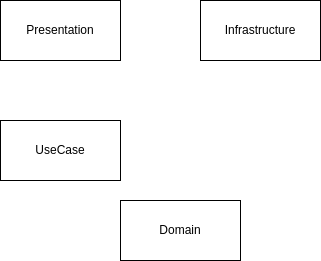
ShunsukeNONOMURA/nuxt3-master keeps this draw.io diagram as docs/volume/docs/21-ddd-cqrs-onion.dio.png. Above is the earlier version. Source tidied: cells renumbered, new cells last; positions are measured from the earlier drawing's top-left corner, leaving out a move shared by most shapes. The source it was exported from:
```xml
<mxGraphModel>
  <root>
    <mxCell id="0" />
    <mxCell id="1" parent="0" />
    <mxCell id="2" value="Presentation" style="rounded=0;whiteSpace=wrap;html=1;" parent="1" vertex="1">
      <mxGeometry width="120" height="60" as="geometry" />
    </mxCell>
    <mxCell id="3" value="UseCase" style="rounded=0;whiteSpace=wrap;html=1;" parent="1" vertex="1">
      <mxGeometry y="120" width="120" height="60" as="geometry" />
    </mxCell>
    <mxCell id="4" value="Infrastructure" style="rounded=0;whiteSpace=wrap;html=1;" parent="1" vertex="1">
      <mxGeometry x="200" width="120" height="60" as="geometry" />
    </mxCell>
    <mxCell id="5" value="Domain" style="rounded=0;whiteSpace=wrap;html=1;" parent="1" vertex="1">
      <mxGeometry x="120" y="200" width="120" height="60" as="geometry" />
    </mxCell>
  </root>
</mxGraphModel>
```
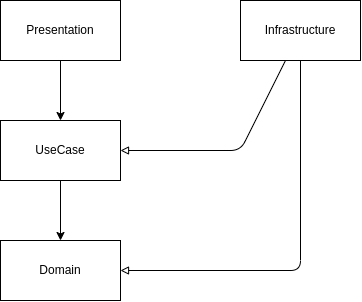
After the change.

What changed in the source:
```diff
@@ -2,17 +2,37 @@
   <root>
     <mxCell id="0" />
     <mxCell id="1" parent="0" />
+    <mxCell id="6" style="edgeStyle=none;html=1;exitX=0.5;exitY=1;exitDx=0;exitDy=0;" parent="1" edge="1" source="2" target="3">
+      <mxGeometry relative="1" as="geometry" />
+    </mxCell>
     <mxCell id="2" value="Presentation" style="rounded=0;whiteSpace=wrap;html=1;" parent="1" vertex="1">
       <mxGeometry width="120" height="60" as="geometry" />
     </mxCell>
+    <mxCell id="7" style="edgeStyle=none;html=1;" parent="1" edge="1" source="3" target="5">
+      <mxGeometry relative="1" as="geometry" />
+    </mxCell>
     <mxCell id="3" value="UseCase" style="rounded=0;whiteSpace=wrap;html=1;" parent="1" vertex="1">
       <mxGeometry y="120" width="120" height="60" as="geometry" />
     </mxCell>
+    <mxCell id="8" style="edgeStyle=none;html=1;endArrow=block;endFill=0;" parent="1" edge="1" source="4" target="5">
+      <mxGeometry relative="1" as="geometry">
+        <Array as="points">
+          <mxPoint x="300" y="270" />
+        </Array>
+      </mxGeometry>
+    </mxCell>
+    <mxCell id="9" style="edgeStyle=none;html=1;endArrow=block;endFill=0;" parent="1" edge="1" source="4" target="3">
+      <mxGeometry relative="1" as="geometry">
+        <Array as="points">
+          <mxPoint x="240" y="150" />
+        </Array>
+      </mxGeometry>
+    </mxCell>
     <mxCell id="4" value="Infrastructure" style="rounded=0;whiteSpace=wrap;html=1;" parent="1" vertex="1">
-      <mxGeometry x="200" width="120" height="60" as="geometry" />
+      <mxGeometry x="240" width="120" height="60" as="geometry" />
     </mxCell>
     <mxCell id="5" value="Domain" style="rounded=0;whiteSpace=wrap;html=1;" parent="1" vertex="1">
-      <mxGeometry x="120" y="200" width="120" height="60" as="geometry" />
+      <mxGeometry y="240" width="120" height="60" as="geometry" />
     </mxCell>
   </root>
 </mxGraphModel>
```
